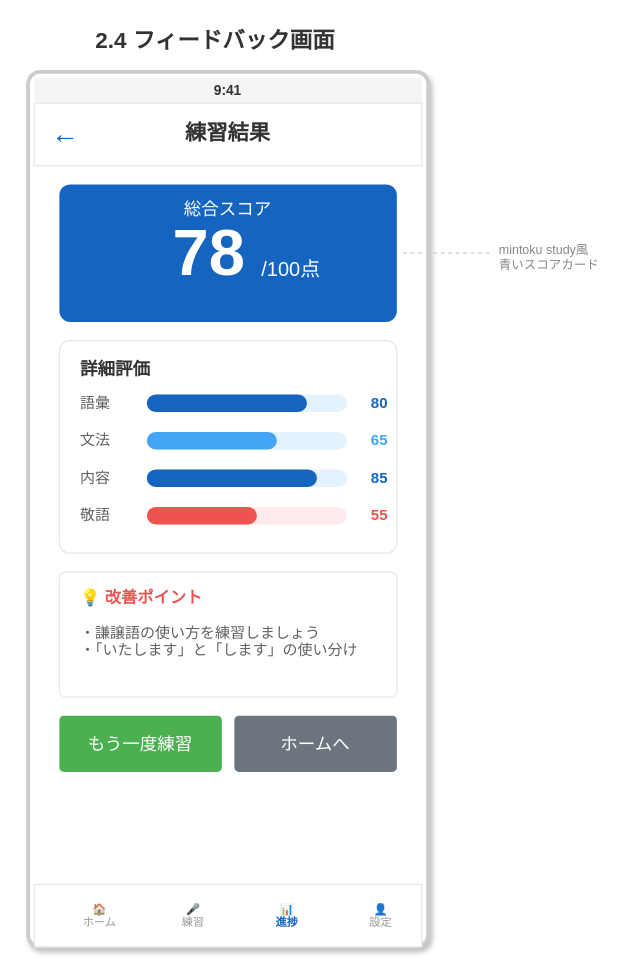
Earlier version of the draw.io diagram docs/images/画面設計書_2.4_フィードバック.drawio (yoshidasendai115/ai-interview). Source tidied: cells renumbered, new cells numbered last; positions are measured from the earlier drawing's top-left corner, leaving out a move shared by most shapes. Both pictures are drawn from the tidied source at 125%, with x=0, y=0 at pixel (28, 21).
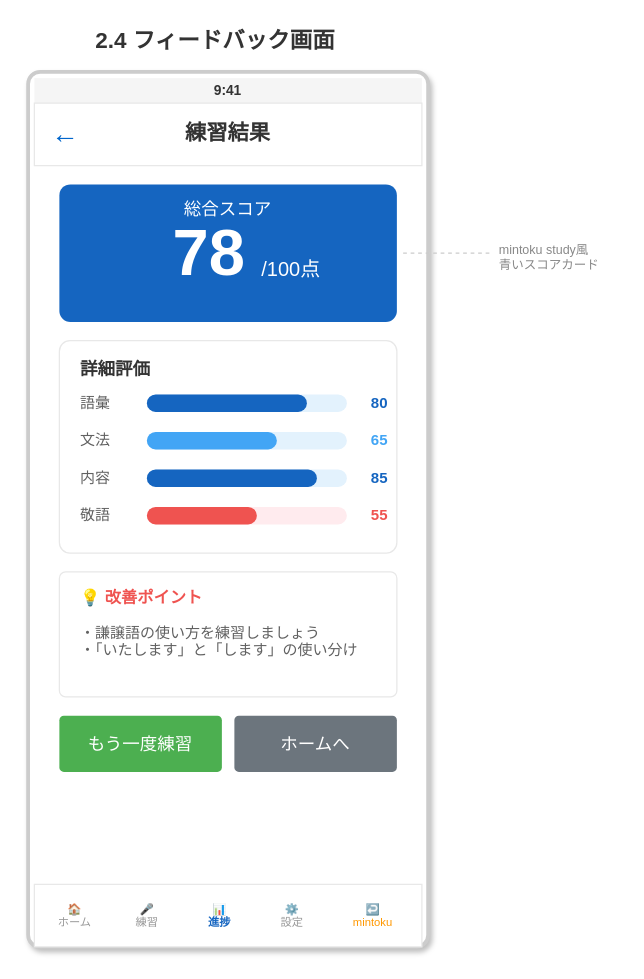
After the change.

The edit, as a diff of the source:
```diff
@@
     <mxCell id="37" value="🏠&#10;ホーム" style="text;html=1;strokeColor=none;fillColor=none;align=center;verticalAlign=middle;whiteSpace=wrap;rounded=0;fontSize=9;fontColor=#999999;" parent="1" vertex="1">
-      <mxGeometry x="30" y="695" width="55" height="40" as="geometry" />
+      <mxGeometry x="10" y="695" width="55" height="40" as="geometry" />
     </mxCell>
     <mxCell id="38" value="🎤&#10;練習" style="text;html=1;strokeColor=none;fillColor=none;align=center;verticalAlign=middle;whiteSpace=wrap;rounded=0;fontSize=9;fontColor=#999999;" parent="1" vertex="1">
-      <mxGeometry x="105" y="695" width="55" height="40" as="geometry" />
+      <mxGeometry x="68" y="695" width="55" height="40" as="geometry" />
     </mxCell>
     <mxCell id="39" value="📊&#10;進捗" style="text;html=1;strokeColor=none;fillColor=none;align=center;verticalAlign=middle;whiteSpace=wrap;rounded=0;fontSize=9;fontColor=#1565C0;fontStyle=1;" parent="1" vertex="1">
-      <mxGeometry x="180" y="695" width="55" height="40" as="geometry" />
+      <mxGeometry x="126" y="695" width="55" height="40" as="geometry" />
     </mxCell>
-    <mxCell id="40" value="👤&#10;設定" style="text;html=1;strokeColor=none;fillColor=none;align=center;verticalAlign=middle;whiteSpace=wrap;rounded=0;fontSize=9;fontColor=#999999;" parent="1" vertex="1">
-      <mxGeometry x="255" y="695" width="55" height="40" as="geometry" />
+    <mxCell id="40" value="⚙️&#10;設定" style="text;html=1;strokeColor=none;fillColor=none;align=center;verticalAlign=middle;whiteSpace=wrap;rounded=0;fontSize=9;fontColor=#999999;" parent="1" vertex="1">
+      <mxGeometry x="184" y="695" width="55" height="40" as="geometry" />
     </mxCell>
+    <mxCell id="43" value="↩️&#10;mintoku" style="text;html=1;strokeColor=none;fillColor=none;align=center;verticalAlign=middle;whiteSpace=wrap;rounded=0;fontSize=9;fontColor=#FF9800;" parent="1" vertex="1">
+      <mxGeometry x="242" y="695" width="68" height="40" as="geometry" />
+    </mxCell>
```
